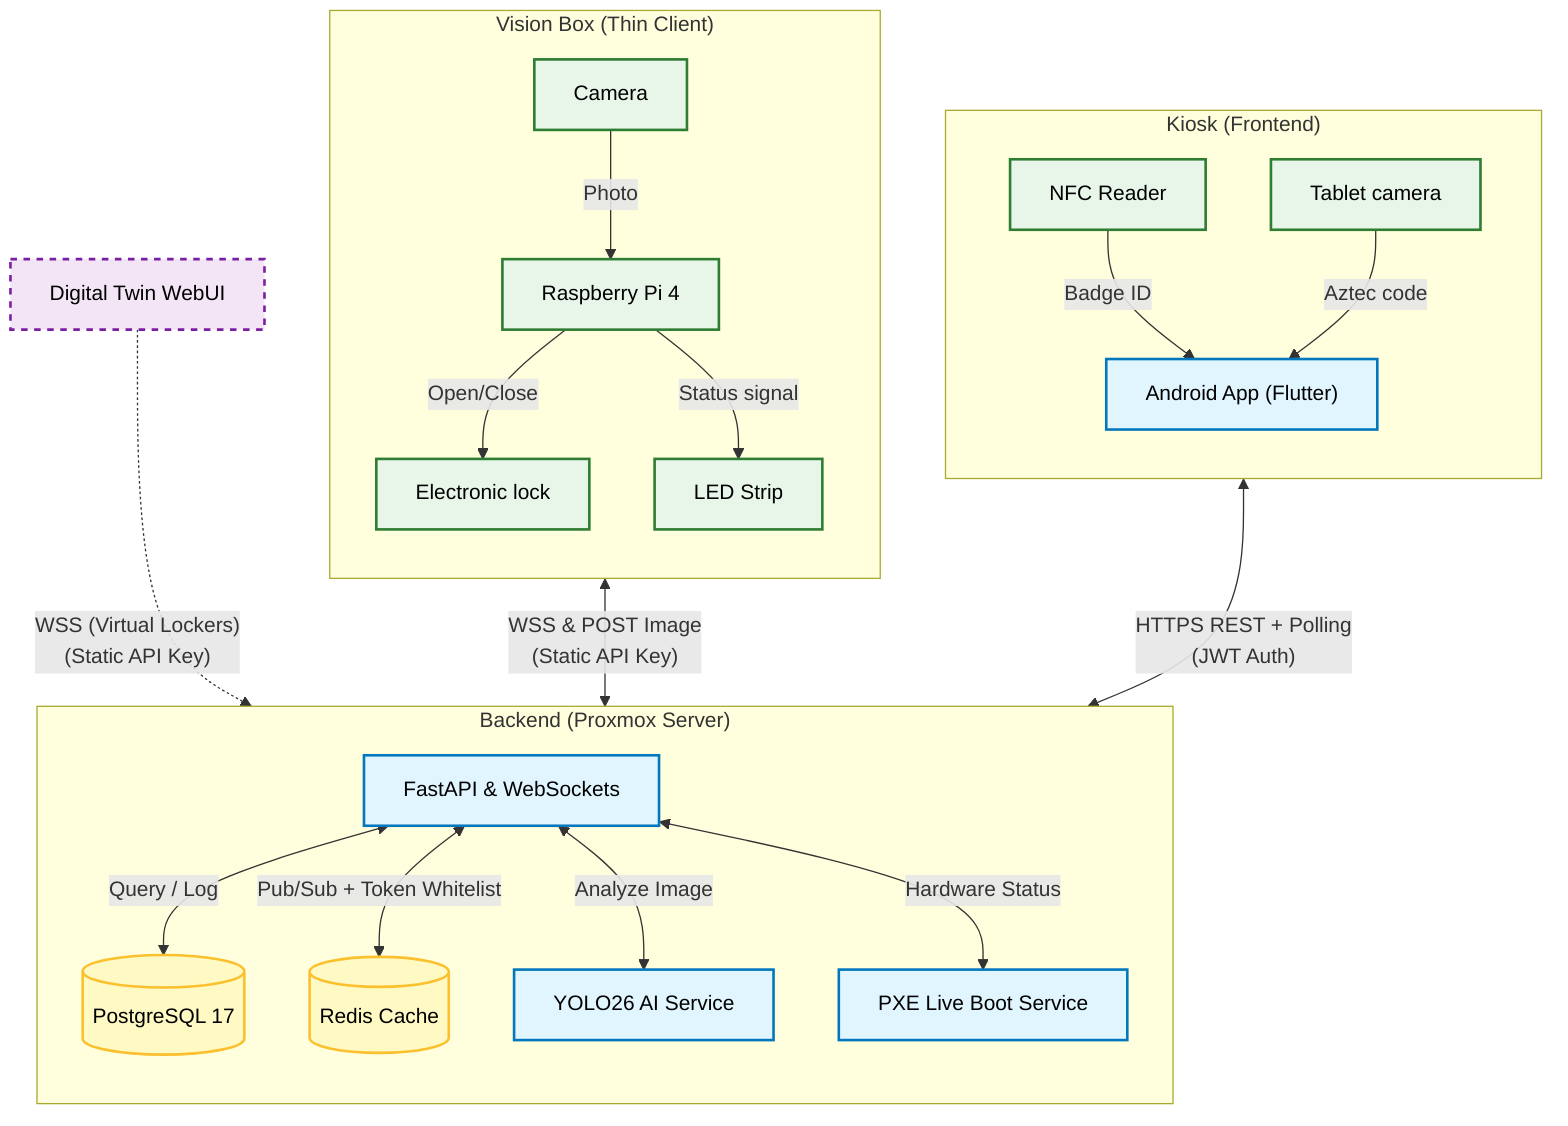
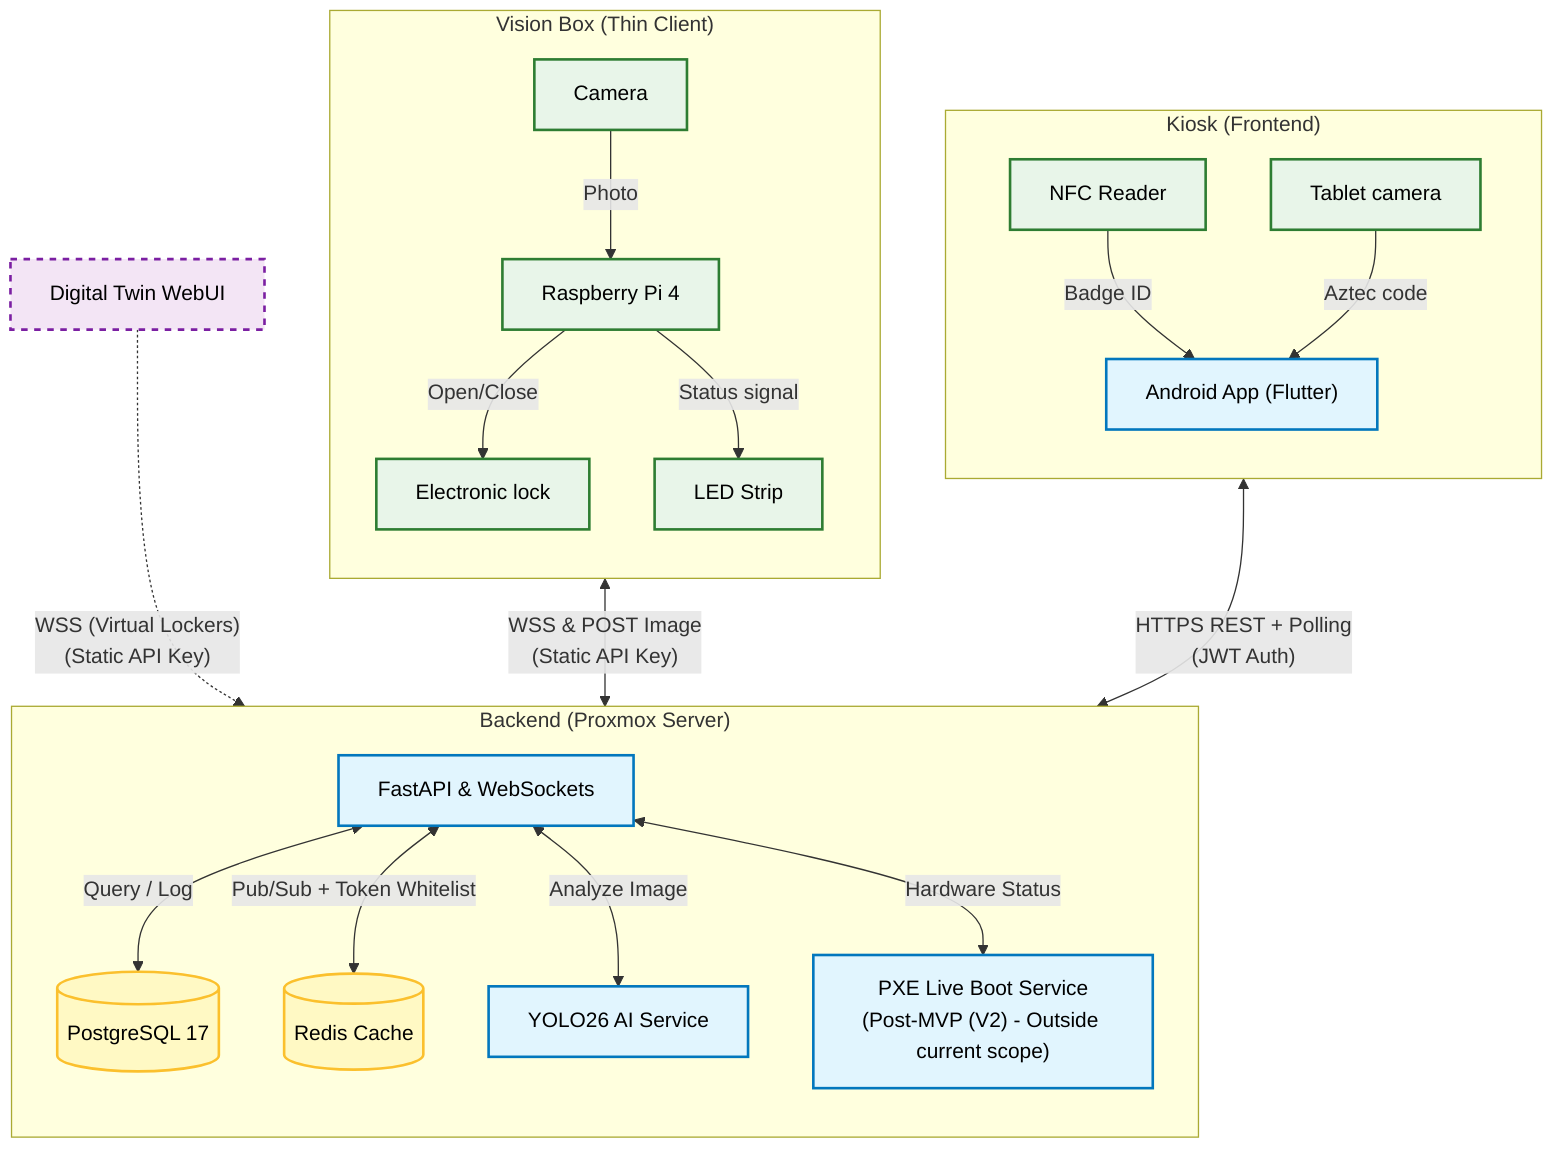
flowchart TD
    %% STYLES (Corporate & Clean)
    classDef soft fill:#E1F5FE,stroke:#0277BD,stroke-width:2px,color:#000;
    classDef hard fill:#E8F5E9,stroke:#2E7D32,stroke-width:2px,color:#000;
    classDef data fill:#FFF9C4,stroke:#FBC02d,stroke-width:2px,color:#000;
    classDef sim  fill:#F3E5F5,stroke:#7B1FA2,stroke-width:2px,stroke-dasharray: 5 5,color:#000;

    %% DOMAIN 1: KIOSK (LEFT)
    subgraph Kiosk ["Kiosk (Frontend)"]
        direction TB
        NFC[NFC Reader]:::hard
        CamTab["Tablet camera"]:::hard
        App["Android App (Flutter)"]:::soft

        NFC -->|Badge ID| App
        CamTab -->|Aztec code| App
    end

    %% DOMAIN 2: BACKEND (CENTRE)
    subgraph Backend ["Backend (Proxmox Server)"]
        direction TB
        API["FastAPI & WebSockets"]:::soft
        AIService["YOLO26 AI Service"]:::soft
-         PXE["PXE Live Boot Service"]:::soft
+         PXE["PXE Live Boot Service<br/>(Post-MVP (V2) - Outside current scope)"]:::soft
        DB[(PostgreSQL 17)]:::data
        Redis[(Redis Cache)]:::data

        API <-->|"Query / Log"| DB
        API <-->|"Pub/Sub + Token Whitelist"| Redis
        API <-->|"Analyze Image"| AIService
        API <-->|"Hardware Status"| PXE
    end

    %% DOMAIN 3: VISION BOX (RIGHT)
    subgraph Box ["Vision Box (Thin Client)"]
        direction TB
        RPi["Raspberry Pi 4"]:::hard
        CamBox[Camera]:::hard
        Lock["Electronic lock"]:::hard
        LED["LED Strip"]:::hard

        CamBox -->|Photo| RPi
        RPi -->|"Open/Close"| Lock
        RPi -->|"Status signal"| LED
    end

    %% SIMULATION (BOTTOM)
    Sim["Digital Twin WebUI"]:::sim

    %% MAIN CONNECTIONS

    %% Kiosk communicates with API
    App <-->|"HTTPS REST + Polling<br/>(JWT Auth)"| API

    %% API communicates with Box
    RPi <-->|"WSS & POST Image<br/>(Static API Key)"| API

    %% Simulation tests the API
-     Sim -.->|"WSS (Virtual Lockers)<br/>(Static API Key)"| API+     Sim -.->|"WSS (Virtual Lockers)<br/>(Static API Key)"| API
